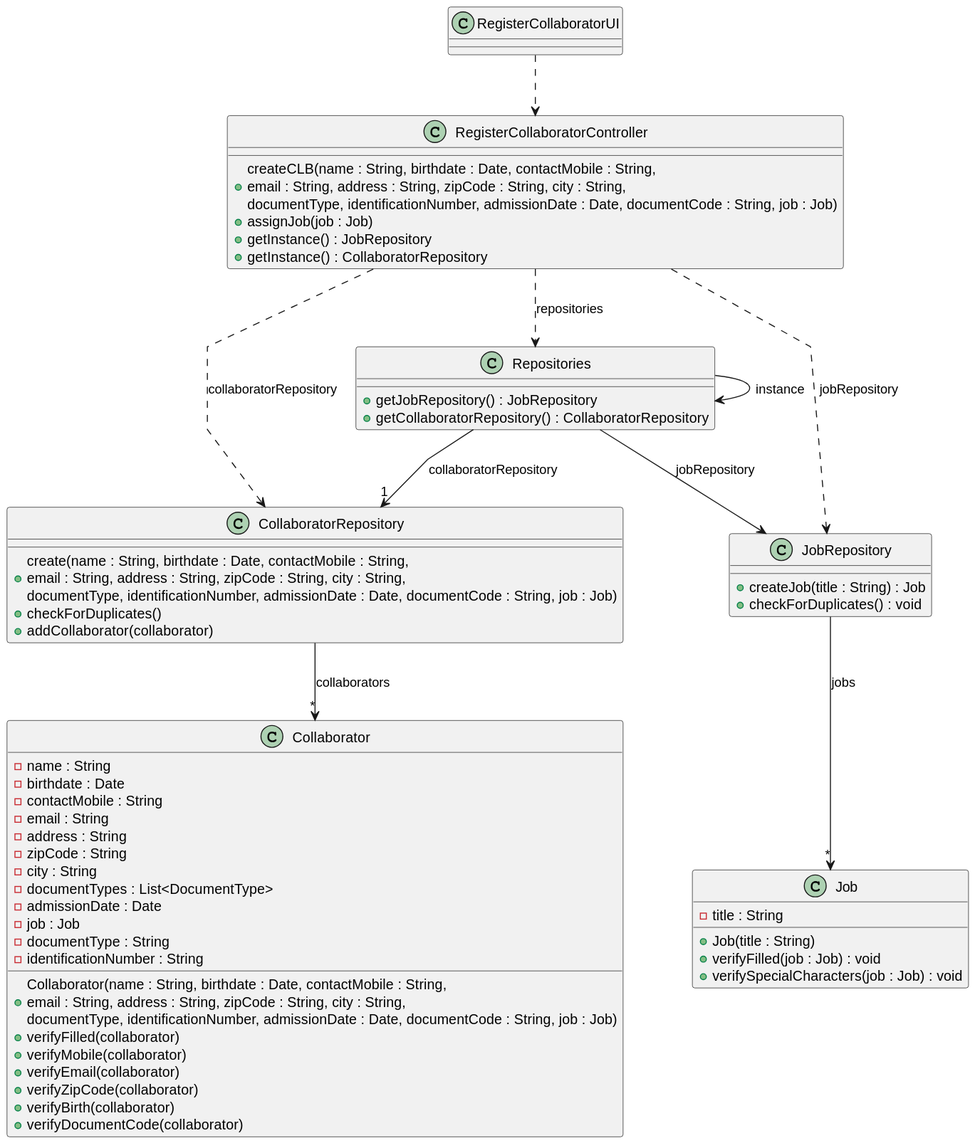
This is docs/sprintB/us003/03.design/svg/us003-class-diagram.svg from ricardomm7/leaflink, a PlantUML export, as it was before one commit.
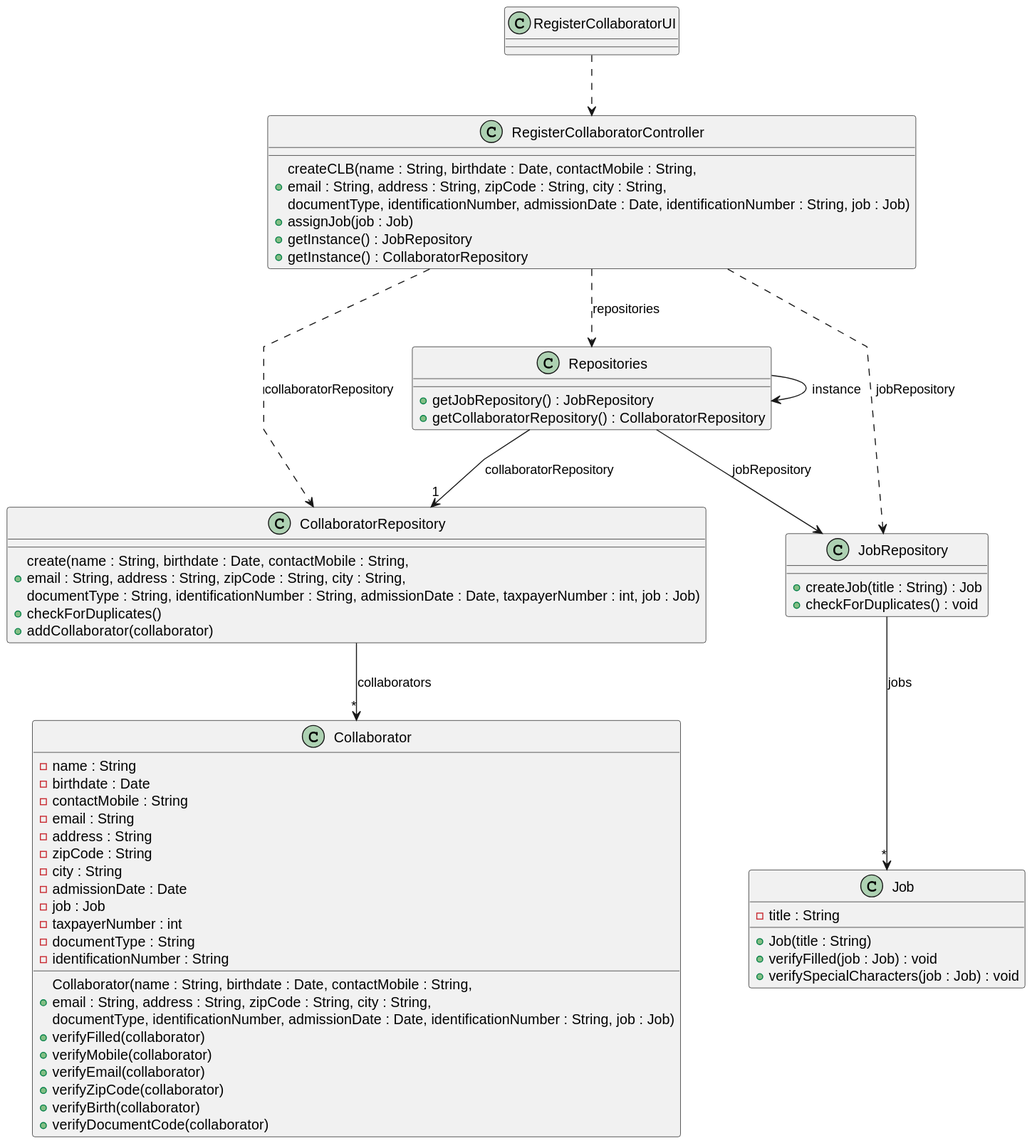
Later version of the same file.

Change to the diagram source:
```diff
@@ -8,7 +8,7 @@
 }
 
 class RegisterCollaboratorController {
-    + createCLB(name : String, birthdate : Date, contactMobile : String,\nemail : String, address : String, zipCode : String, city : String,\ndocumentType, identificationNumber, admissionDate : Date, documentCode : String, job : Job)
+    + createCLB(name : String, birthdate : Date, contactMobile : String,\nemail : String, address : String, zipCode : String, city : String,\ndocumentType, identificationNumber, admissionDate : Date, identificationNumber : String, job : Job)
     + assignJob(job : Job)
     + getInstance() : JobRepository
     + getInstance() : CollaboratorRepository
@@ -21,7 +21,7 @@
 }
 
 class CollaboratorRepository {
-    + create(name : String, birthdate : Date, contactMobile : String,\nemail : String, address : String, zipCode : String, city : String,\ndocumentType, identificationNumber, admissionDate : Date, documentCode : String, job : Job)
+    + create(name : String, birthdate : Date, contactMobile : String,\nemail : String, address : String, zipCode : String, city : String,\ndocumentType : String, identificationNumber : String, admissionDate : Date, taxpayerNumber : int, job : Job)
     + checkForDuplicates()
     + addCollaborator(collaborator)
 
@@ -40,10 +40,10 @@
     - address : String
     - zipCode : String
     - city : String
-    - documentTypes : List<DocumentType>
     - admissionDate : Date
     - job : Job
-    + Collaborator(name : String, birthdate : Date, contactMobile : String,\nemail : String, address : String, zipCode : String, city : String,\ndocumentType, identificationNumber, admissionDate : Date, documentCode : String, job : Job)
+    - taxpayerNumber : int
+    + Collaborator(name : String, birthdate : Date, contactMobile : String,\nemail : String, address : String, zipCode : String, city : String,\ndocumentType, identificationNumber, admissionDate : Date, identificationNumber : String, job : Job)
     + verifyFilled(collaborator)
     + verifyMobile(collaborator)
     + verifyEmail(collaborator)
```
